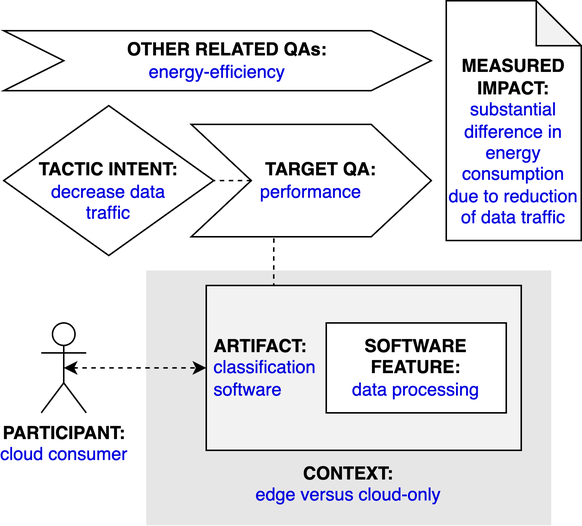
The draw.io diagram docs/assets/diagrams/model-apply_edge_computing.png in Pentu13/AwesomeAndDarkTactics, before a commit. Source tidied: cells renumbered, new cells last; positions are measured from the earlier drawing's top-left corner, leaving out a move shared by most shapes.
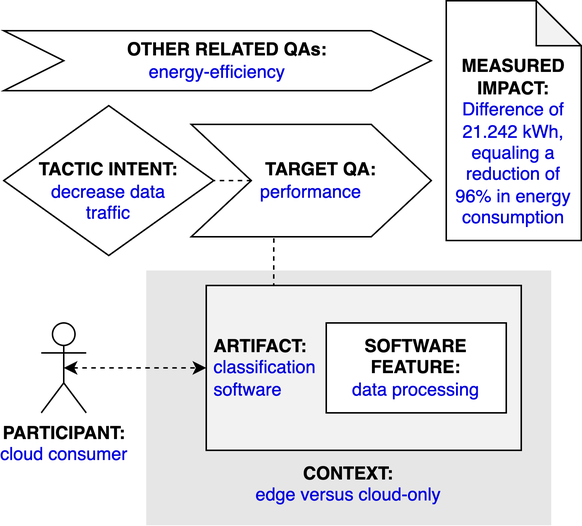
Later version of the same file.

Commit message:
Update measured impact for "Apply edge computing"

Change to the diagram source:
```diff
@@ -32,7 +32,7 @@
     <mxCell id="11" value="&lt;b&gt;&amp;nbsp; &amp;nbsp; OTHER RELATED QAs:&lt;/b&gt;&lt;br&gt;&lt;font color=&quot;#0000de&quot;&gt;energy-efficiency&lt;/font&gt;" style="shape=step;perimeter=stepPerimeter;whiteSpace=wrap;html=1;fixedSize=1;fontColor=#000000;fillColor=#FFFFFF;size=40;" parent="1" vertex="1">
       <mxGeometry y="20" width="285" height="40" as="geometry" />
     </mxCell>
-    <mxCell id="12" value="&lt;b&gt;&lt;br&gt;&lt;br&gt;MEASURED&lt;/b&gt;&lt;br&gt;&lt;b&gt;IMPACT:&lt;br&gt;&lt;/b&gt;&lt;font color=&quot;#0000de&quot;&gt;substantial&lt;br&gt;difference in&lt;br&gt;energy consumption&lt;br&gt;due to reduction of data traffic&lt;/font&gt;" style="shape=note;whiteSpace=wrap;html=1;backgroundOutline=1;darkOpacity=0.05;" parent="1" vertex="1">
+    <mxCell id="12" value="&lt;b&gt;&lt;br&gt;&lt;br&gt;MEASURED&lt;/b&gt;&lt;br&gt;&lt;b&gt;IMPACT:&lt;br&gt;&lt;/b&gt;&lt;font color=&quot;#0000de&quot;&gt;Difference of 21.242 kWh, equaling a reduction of 96% in energy consumption&lt;br&gt;&lt;/font&gt;" style="shape=note;whiteSpace=wrap;html=1;backgroundOutline=1;darkOpacity=0.05;" parent="1" vertex="1">
       <mxGeometry x="295" width="90" height="160" as="geometry" />
     </mxCell>
   </root>
```
